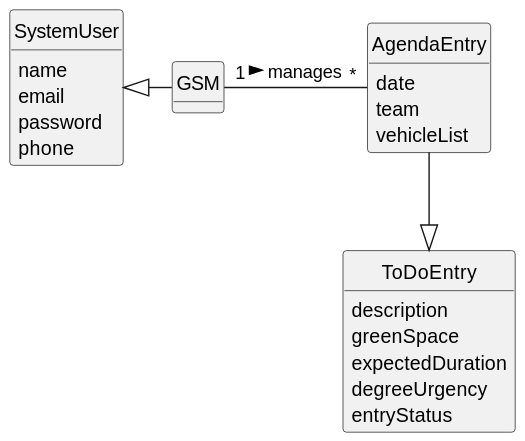
Before: docs/sprintC/us022/02.analysis/svg/us022-domain-model.svg, a diagram exported from PlantUML (Departamento-de-Engenharia-Informatica/lei-24-s2-1do-g164).
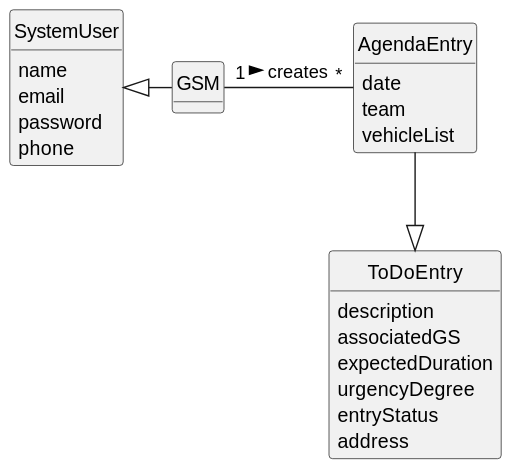
Above is the later version.

Change to the diagram source:
```diff
@@ -30,13 +30,14 @@
 
 class ToDoEntry {
         description
-        greenSpace
+        associatedGS
         expectedDuration
-        degreeUrgency
+        urgencyDegree
         entryStatus
+        address
 }
 
-GSM "1" - "*" AgendaEntry : manages >
+GSM "1" - "*" AgendaEntry : creates >
 SystemUser <|- GSM
 AgendaEntry --|> ToDoEntry
 @enduml
```
